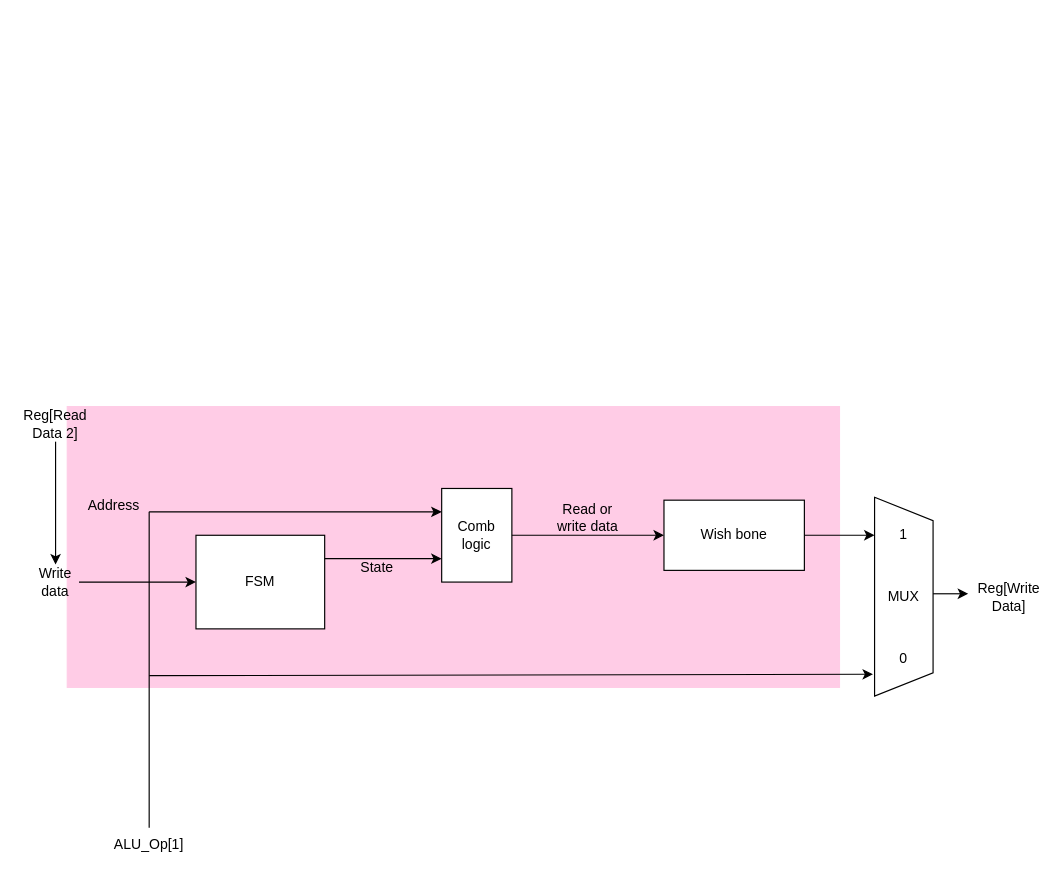
Earlier version of the draw.io diagram Untitled Diagram.drawio (mintygral/STARS-RV32I). Source tidied: cells renumbered, new cells numbered last; positions are measured from the earlier drawing's top-left corner, leaving out a move shared by most shapes. Both pictures are drawn from the tidied source at 117%, with x=0, y=0 at pixel (20, 406).
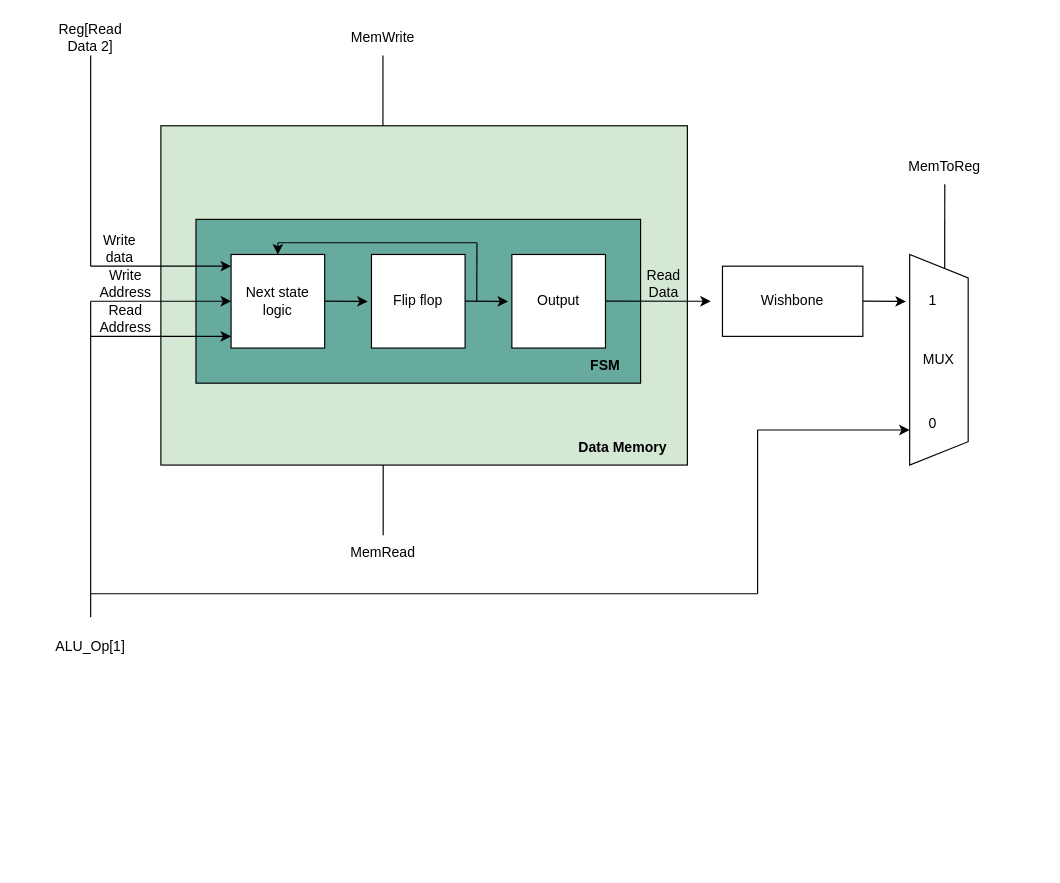
Above is the later version.

Diff of the diagram source:
```diff
@@
-    <mxCell id="2" style="rounded=0;whiteSpace=wrap;html=1;fillColor=#FFCCE6;strokeColor=#FFCCE6;" parent="1" vertex="1">
-      <mxGeometry x="40" width="660" height="240" as="geometry" />
-    </mxCell>
+    <mxCell id="24" style="rounded=0;whiteSpace=wrap;html=1;fillColor=#D5E8D4;strokeColor=#000000;" parent="1" vertex="1">
+      <mxGeometry x="120" y="-240" width="450" height="290" as="geometry" />
+    </mxCell>
+    <mxCell id="25" style="rounded=0;whiteSpace=wrap;html=1;strokeColor=#000000;fillColor=#67AB9F;" parent="1" vertex="1">
+      <mxGeometry x="150" y="-160" width="380" height="140" as="geometry" />
+    </mxCell>
+    <mxCell id="26" value="Next state logic" style="rounded=0;whiteSpace=wrap;html=1;" parent="1" vertex="1">
+      <mxGeometry x="180" y="-130" width="80" height="80" as="geometry" />
+    </mxCell>
+    <mxCell id="27" value="Flip flop" style="rounded=0;whiteSpace=wrap;html=1;" parent="1" vertex="1">
+      <mxGeometry x="300" y="-130" width="80" height="80" as="geometry" />
+    </mxCell>
+    <mxCell id="28" value="Output" style="rounded=0;whiteSpace=wrap;html=1;" parent="1" vertex="1">
+      <mxGeometry x="420" y="-130" width="80" height="80" as="geometry" />
+    </mxCell>
+    <mxCell id="29" style="endArrow=classic;html=1;rounded=0;entryX=-0.04;entryY=0.506;entryDx=0;entryDy=0;entryPerimeter=0;" parent="1" edge="1">
+      <mxGeometry relative="1" as="geometry">
+        <mxPoint x="260" y="-90.2" as="sourcePoint" />
+        <mxPoint x="296.8" y="-89.8" as="targetPoint" />
+      </mxGeometry>
+    </mxCell>
+    <mxCell id="30" style="endArrow=classic;html=1;rounded=0;entryX=-0.04;entryY=0.506;entryDx=0;entryDy=0;entryPerimeter=0;" parent="1" edge="1">
+      <mxGeometry relative="1" as="geometry">
+        <mxPoint x="380" y="-90.2" as="sourcePoint" />
+        <mxPoint x="416.8" y="-89.8" as="targetPoint" />
+      </mxGeometry>
+    </mxCell>
+    <mxCell id="31" style="endArrow=classic;html=1;rounded=0;" parent="1" edge="1">
+      <mxGeometry relative="1" as="geometry">
+        <mxPoint x="500" y="-90.2" as="sourcePoint" />
+        <mxPoint x="590" y="-90" as="targetPoint" />
+      </mxGeometry>
+    </mxCell>
+    <mxCell id="32" value="Wishbone" style="rounded=0;whiteSpace=wrap;html=1;" parent="1" vertex="1">
+      <mxGeometry x="600" y="-120" width="120" height="60" as="geometry" />
+    </mxCell>
+    <mxCell id="33" style="endArrow=classic;html=1;rounded=0;entryX=-0.04;entryY=0.506;entryDx=0;entryDy=0;entryPerimeter=0;" parent="1" edge="1">
+      <mxGeometry relative="1" as="geometry">
+        <mxPoint x="720" y="-90.2" as="sourcePoint" />
+        <mxPoint x="756.8" y="-89.8" as="targetPoint" />
+      </mxGeometry>
+    </mxCell>
+    <mxCell id="34" style="shape=trapezoid;perimeter=trapezoidPerimeter;whiteSpace=wrap;html=1;fixedSize=1;rotation=0;direction=south;" parent="1" vertex="1">
+      <mxGeometry x="760" y="-130" width="50" height="180" as="geometry" />
+    </mxCell>
+    <mxCell id="35" value="1" style="text;html=1;align=center;verticalAlign=middle;whiteSpace=wrap;rounded=0;" parent="1" vertex="1">
+      <mxGeometry x="750" y="-105" width="60" height="30" as="geometry" />
+    </mxCell>
+    <mxCell id="36" value="0" style="text;html=1;align=center;verticalAlign=middle;whiteSpace=wrap;rounded=0;" parent="1" vertex="1">
+      <mxGeometry x="750" width="60" height="30" as="geometry" />
+    </mxCell>
+    <mxCell id="37" value="MUX" style="text;html=1;align=center;verticalAlign=middle;whiteSpace=wrap;rounded=0;" parent="1" vertex="1">
+      <mxGeometry x="755" y="-55" width="60" height="30" as="geometry" />
+    </mxCell>
-    <mxCell id="3" value="FSM" style="rounded=0;whiteSpace=wrap;html=1;" parent="1" vertex="1">
-      <mxGeometry x="150" y="110" width="110" height="80" as="geometry" />
+    <mxCell id="3" value="&lt;b&gt;FSM&lt;/b&gt;" style="text;html=1;align=center;verticalAlign=middle;whiteSpace=wrap;rounded=0;" parent="1" vertex="1">
+      <mxGeometry x="470" y="-50" width="60" height="30" as="geometry" />
     </mxCell>
-    <mxCell id="4" style="endArrow=classic;html=1;rounded=0;" parent="1" edge="1" source="5">
-      <mxGeometry relative="1" as="geometry">
-        <mxPoint x="150" y="150" as="targetPoint" />
-      </mxGeometry>
-    </mxCell>
+    <mxCell id="38" value="&lt;b&gt;Data Memory&lt;/b&gt;" style="text;html=1;align=center;verticalAlign=middle;whiteSpace=wrap;rounded=0;" parent="1" vertex="1">
+      <mxGeometry x="470" y="20" width="90" height="30" as="geometry" />
+    </mxCell>
+    <mxCell id="39" value="Read Data" style="text;html=1;align=center;verticalAlign=middle;whiteSpace=wrap;rounded=0;" parent="1" vertex="1">
+      <mxGeometry x="530" y="-120" width="40" height="30" as="geometry" />
+    </mxCell>
+    <mxCell id="40" style="endArrow=classic;html=1;rounded=0;" parent="1" edge="1">
+      <mxGeometry relative="1" as="geometry">
+        <mxPoint x="60" y="-120" as="sourcePoint" />
+        <mxPoint x="180" y="-120" as="targetPoint" />
+      </mxGeometry>
+    </mxCell>
+    <mxCell id="41" style="endArrow=none;html=1;rounded=0;" parent="1" edge="1">
+      <mxGeometry relative="1" as="geometry">
+        <mxPoint x="60" y="-120" as="sourcePoint" />
+        <mxPoint x="60" y="-300" as="targetPoint" />
+      </mxGeometry>
+    </mxCell>
+    <mxCell id="23" value="Reg[Read Data 2]" style="text;html=1;align=center;verticalAlign=middle;whiteSpace=wrap;rounded=0;" parent="1" vertex="1">
+      <mxGeometry x="30" y="-330" width="60" height="30" as="geometry" />
+    </mxCell>
-    <mxCell id="5" value="&lt;p style=&quot;line-height: 120%;&quot;&gt;Write data&lt;/p&gt;" style="text;html=1;align=center;verticalAlign=middle;whiteSpace=wrap;rounded=0;" parent="1" vertex="1">
-      <mxGeometry x="10" y="135" width="40" height="30" as="geometry" />
+    <mxCell id="5" value="Write data" style="text;html=1;align=center;verticalAlign=middle;whiteSpace=wrap;rounded=0;" parent="1" vertex="1">
+      <mxGeometry x="60" y="-150" width="50" height="30" as="geometry" />
     </mxCell>
-    <mxCell id="6" value="&lt;div&gt;Comb&lt;/div&gt;&lt;div&gt;logic&lt;/div&gt;" style="rounded=0;whiteSpace=wrap;html=1;" parent="1" vertex="1">
-      <mxGeometry x="360" y="70" width="60" height="80" as="geometry" />
-    </mxCell>
-    <mxCell id="7" style="endArrow=classic;html=1;rounded=0;entryX=0;entryY=0.75;entryDx=0;entryDy=0;" parent="1" edge="1" target="6">
-      <mxGeometry relative="1" as="geometry">
-        <mxPoint x="260" y="130" as="sourcePoint" />
-      </mxGeometry>
-    </mxCell>
-    <mxCell id="8" style="endArrow=classic;html=1;rounded=0;entryX=0;entryY=0.25;entryDx=0;entryDy=0;" parent="1" edge="1" target="6">
-      <mxGeometry relative="1" as="geometry">
-        <mxPoint x="110" y="90" as="sourcePoint" />
-      </mxGeometry>
-    </mxCell>
-    <mxCell id="9" value="Address" style="text;html=1;align=center;verticalAlign=middle;whiteSpace=wrap;rounded=0;" parent="1" vertex="1">
-      <mxGeometry x="50" y="70" width="60" height="30" as="geometry" />
-    </mxCell>
-    <mxCell id="10" value="State" style="text;html=1;align=center;verticalAlign=middle;whiteSpace=wrap;rounded=0;" parent="1" vertex="1">
-      <mxGeometry x="280" y="125" width="50" height="25" as="geometry" />
-    </mxCell>
-    <mxCell id="11" style="endArrow=classic;html=1;rounded=0;" parent="1" edge="1">
-      <mxGeometry relative="1" as="geometry">
-        <mxPoint x="420" y="110" as="sourcePoint" />
-        <mxPoint x="550" y="110" as="targetPoint" />
-      </mxGeometry>
-    </mxCell>
-    <mxCell id="12" value="Wish bone" style="rounded=0;whiteSpace=wrap;html=1;" parent="1" vertex="1">
-      <mxGeometry x="550" y="80" width="120" height="60" as="geometry" />
-    </mxCell>
-    <mxCell id="13" style="shape=trapezoid;perimeter=trapezoidPerimeter;whiteSpace=wrap;html=1;fixedSize=1;rotation=90;" parent="1" vertex="1">
-      <mxGeometry x="670" y="137.5" width="170" height="50" as="geometry" />
-    </mxCell>
-    <mxCell id="14" style="endArrow=classic;html=1;rounded=0;entryX=0.191;entryY=1;entryDx=0;entryDy=0;entryPerimeter=0;" parent="1" edge="1" target="13">
-      <mxGeometry relative="1" as="geometry">
-        <mxPoint x="670" y="110" as="sourcePoint" />
-      </mxGeometry>
-    </mxCell>
-    <mxCell id="15" value="&lt;p style=&quot;line-height: 120%;&quot;&gt;Read or write data&lt;/p&gt;" style="text;html=1;align=center;verticalAlign=middle;whiteSpace=wrap;rounded=0;" parent="1" vertex="1">
-      <mxGeometry x="450" y="80" width="70" height="30" as="geometry" />
-    </mxCell>
-    <mxCell id="16" value="&lt;p style=&quot;line-height: 120%;&quot;&gt;1&lt;/p&gt;&lt;p style=&quot;line-height: 120%;&quot;&gt;&lt;span style=&quot;background-color: initial;&quot;&gt;&lt;br&gt;&lt;/span&gt;&lt;/p&gt;&lt;p style=&quot;line-height: 120%;&quot;&gt;&lt;span style=&quot;background-color: initial;&quot;&gt;MUX&lt;/span&gt;&lt;br&gt;&lt;/p&gt;&lt;p style=&quot;line-height: 120%;&quot;&gt;&lt;span style=&quot;background-color: initial;&quot;&gt;&lt;br&gt;&lt;/span&gt;&lt;/p&gt;&lt;p style=&quot;line-height: 120%;&quot;&gt;&lt;span style=&quot;background-color: initial;&quot;&gt;0&lt;/span&gt;&lt;/p&gt;" style="text;html=1;align=center;verticalAlign=middle;whiteSpace=wrap;rounded=0;" parent="1" vertex="1">
-      <mxGeometry x="735" y="90" width="40" height="145" as="geometry" />
-    </mxCell>
-    <mxCell id="17" style="endArrow=none;html=1;rounded=0;" parent="1" edge="1">
-      <mxGeometry relative="1" as="geometry">
-        <mxPoint x="110" y="360" as="sourcePoint" />
-        <mxPoint x="110" y="90" as="targetPoint" />
-      </mxGeometry>
-    </mxCell>
-    <mxCell id="18" style="endArrow=classic;html=1;rounded=0;entryX=0.89;entryY=1.027;entryDx=0;entryDy=0;entryPerimeter=0;" parent="1" edge="1" target="13">
-      <mxGeometry relative="1" as="geometry">
-        <mxPoint x="110" y="230" as="sourcePoint" />
-      </mxGeometry>
-    </mxCell>
-    <mxCell id="19" style="endArrow=classic;html=1;rounded=0;" parent="1" edge="1">
-      <mxGeometry relative="1" as="geometry">
-        <mxPoint x="780" y="160" as="sourcePoint" />
-        <mxPoint x="810" y="160" as="targetPoint" />
-      </mxGeometry>
-    </mxCell>
-    <mxCell id="20" value="Reg[Write Data]" style="text;html=1;align=center;verticalAlign=middle;whiteSpace=wrap;rounded=0;" parent="1" vertex="1">
-      <mxGeometry x="830" y="150" width="30" height="25" as="geometry" />
-    </mxCell>
+    <mxCell id="42" style="endArrow=classic;html=1;rounded=0;" parent="1" edge="1">
+      <mxGeometry relative="1" as="geometry">
+        <mxPoint x="60" y="-90" as="sourcePoint" />
+        <mxPoint x="180" y="-90" as="targetPoint" />
+      </mxGeometry>
+    </mxCell>
+    <mxCell id="43" style="endArrow=classic;html=1;rounded=0;" parent="1" edge="1">
+      <mxGeometry relative="1" as="geometry">
+        <mxPoint x="60" y="-60" as="sourcePoint" />
+        <mxPoint x="180" y="-60" as="targetPoint" />
+      </mxGeometry>
+    </mxCell>
+    <mxCell id="44" style="endArrow=none;html=1;rounded=0;" parent="1" edge="1">
+      <mxGeometry relative="1" as="geometry">
+        <mxPoint x="60" y="180" as="sourcePoint" />
+        <mxPoint x="60" y="-90" as="targetPoint" />
+      </mxGeometry>
+    </mxCell>
+    <mxCell id="45" style="endArrow=classic;html=1;rounded=0;" parent="1" edge="1">
+      <mxGeometry relative="1" as="geometry">
+        <mxPoint x="630" y="20" as="sourcePoint" />
+        <mxPoint x="760" y="20" as="targetPoint" />
+      </mxGeometry>
+    </mxCell>
+    <mxCell id="46" style="endArrow=none;html=1;rounded=0;" parent="1" edge="1">
+      <mxGeometry relative="1" as="geometry">
+        <mxPoint x="630" y="160" as="sourcePoint" />
+        <mxPoint x="630" y="20" as="targetPoint" />
+      </mxGeometry>
+    </mxCell>
+    <mxCell id="47" style="endArrow=none;html=1;rounded=0;" parent="1" edge="1">
+      <mxGeometry relative="1" as="geometry">
+        <mxPoint x="60" y="160" as="sourcePoint" />
+        <mxPoint x="630" y="160" as="targetPoint" />
+      </mxGeometry>
+    </mxCell>
     <mxCell id="21" value="ALU_Op[1]" style="text;html=1;align=center;verticalAlign=middle;whiteSpace=wrap;rounded=0;" parent="1" vertex="1">
-      <mxGeometry x="80" y="360" width="60" height="30" as="geometry" />
+      <mxGeometry x="30" y="190" width="60" height="30" as="geometry" />
     </mxCell>
-    <mxCell id="22" style="endArrow=classic;html=1;rounded=0;" parent="1" edge="1" target="5">
-      <mxGeometry relative="1" as="geometry">
-        <mxPoint x="30" y="30" as="sourcePoint" />
-      </mxGeometry>
-    </mxCell>
-    <mxCell id="23" value="Reg[Read Data 2]" style="text;html=1;align=center;verticalAlign=middle;whiteSpace=wrap;rounded=0;" parent="1" vertex="1">
-      <mxGeometry width="60" height="30" as="geometry" />
-    </mxCell>
+    <mxCell id="48" style="endArrow=none;html=1;rounded=0;" parent="1" edge="1">
+      <mxGeometry relative="1" as="geometry">
+        <mxPoint x="310" y="110" as="sourcePoint" />
+        <mxPoint x="310" y="50" as="targetPoint" />
+      </mxGeometry>
+    </mxCell>
+    <mxCell id="49" value="MemRead" style="text;html=1;align=center;verticalAlign=middle;whiteSpace=wrap;rounded=0;" parent="1" vertex="1">
+      <mxGeometry x="280" y="110" width="60" height="30" as="geometry" />
+    </mxCell>
+    <mxCell id="50" style="endArrow=none;html=1;rounded=0;" parent="1" edge="1">
+      <mxGeometry relative="1" as="geometry">
+        <mxPoint x="309.8" y="-240" as="sourcePoint" />
+        <mxPoint x="309.8" y="-300" as="targetPoint" />
+      </mxGeometry>
+    </mxCell>
+    <mxCell id="51" value="MemWrite" style="text;html=1;align=center;verticalAlign=middle;whiteSpace=wrap;rounded=0;" parent="1" vertex="1">
+      <mxGeometry x="280" y="-330" width="60" height="30" as="geometry" />
+    </mxCell>
+    <mxCell id="52" style="endArrow=none;html=1;rounded=0;exitX=0.067;exitY=0.401;exitDx=0;exitDy=0;exitPerimeter=0;" parent="1" edge="1" source="34">
+      <mxGeometry relative="1" as="geometry">
+        <mxPoint x="790" y="-190" as="targetPoint" />
+      </mxGeometry>
+    </mxCell>
+    <mxCell id="53" value="MemToReg" style="text;html=1;align=center;verticalAlign=middle;whiteSpace=wrap;rounded=0;" parent="1" vertex="1">
+      <mxGeometry x="760" y="-220" width="60" height="30" as="geometry" />
+    </mxCell>
+    <mxCell id="54" value="Write Address" style="text;html=1;align=center;verticalAlign=middle;whiteSpace=wrap;rounded=0;" parent="1" vertex="1">
+      <mxGeometry x="60" y="-115" width="60" height="20" as="geometry" />
+    </mxCell>
+    <mxCell id="55" value="Read Address" style="text;html=1;align=center;verticalAlign=middle;whiteSpace=wrap;rounded=0;" parent="1" vertex="1">
+      <mxGeometry x="60" y="-80" width="60" height="10" as="geometry" />
+    </mxCell>
+    <mxCell id="56" style="endArrow=classic;html=1;rounded=0;entryX=0.5;entryY=0;entryDx=0;entryDy=0;" parent="1" edge="1" target="26">
+      <mxGeometry relative="1" as="geometry">
+        <mxPoint x="220" y="-140" as="sourcePoint" />
+      </mxGeometry>
+    </mxCell>
+    <mxCell id="57" style="endArrow=none;html=1;rounded=0;entryX=0.632;entryY=0.143;entryDx=0;entryDy=0;entryPerimeter=0;" parent="1" edge="1" target="25">
+      <mxGeometry relative="1" as="geometry">
+        <mxPoint x="390" y="-90" as="sourcePoint" />
+      </mxGeometry>
+    </mxCell>
+    <mxCell id="58" style="endArrow=none;html=1;rounded=0;" parent="1" edge="1">
+      <mxGeometry relative="1" as="geometry">
+        <mxPoint x="390" y="-140" as="sourcePoint" />
+        <mxPoint x="220" y="-140" as="targetPoint" />
+      </mxGeometry>
+    </mxCell>
```
